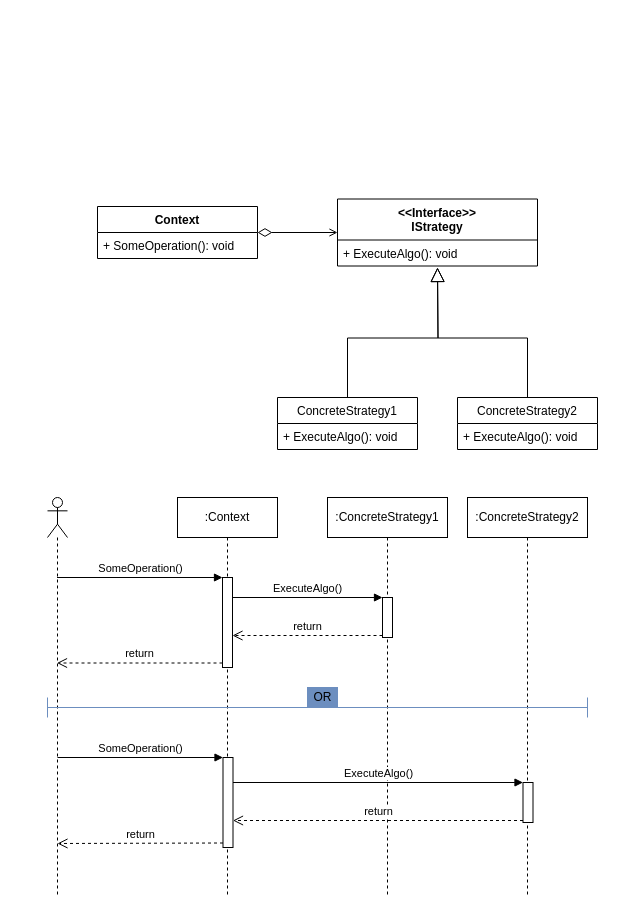
The draw.io diagram page "Strategy" (1 of 5) of Diagrams/Strategy, Factory, and Singleton.drawio in PacktPublishing/Architecting-ASP.NET-Core-Applications-3E, before the edit. Source tidied: cells renumbered, new cells numbered last; positions are measured from the earlier drawing's top-left corner, leaving out a move shared by most shapes. Both pictures are drawn from the tidied source at 100%, with x=0, y=0 at pixel (47, 199).
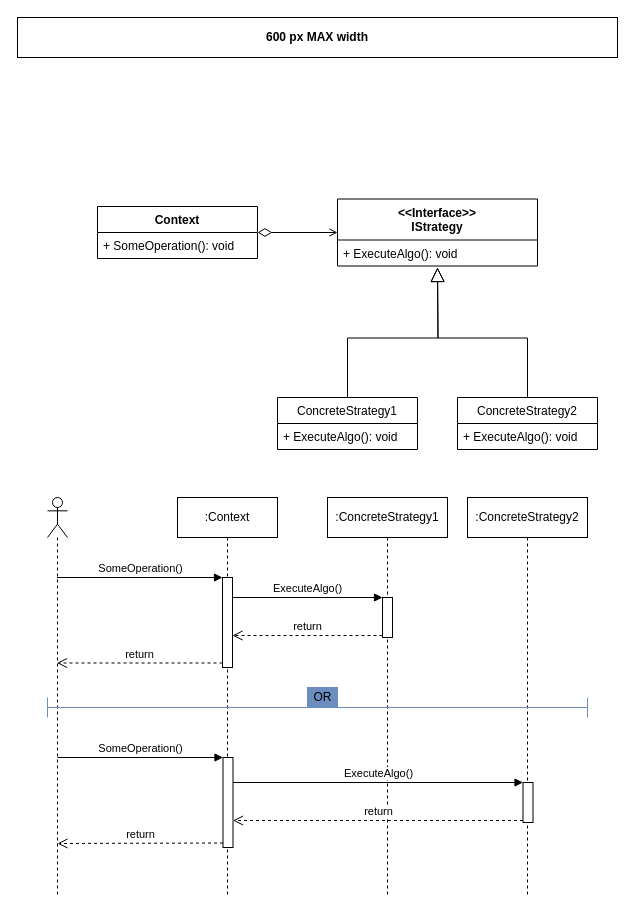
The same page after the edit.

What changed in the source:
```diff
@@
+    <mxCell id="31" value="600 px MAX width" style="rounded=0;whiteSpace=wrap;html=1;sketch=0;fontSize=12;align=center;fontStyle=1;" parent="1" vertex="1">
+      <mxGeometry x="-30" y="-182" width="600" height="40" as="geometry" />
+    </mxCell>
```
